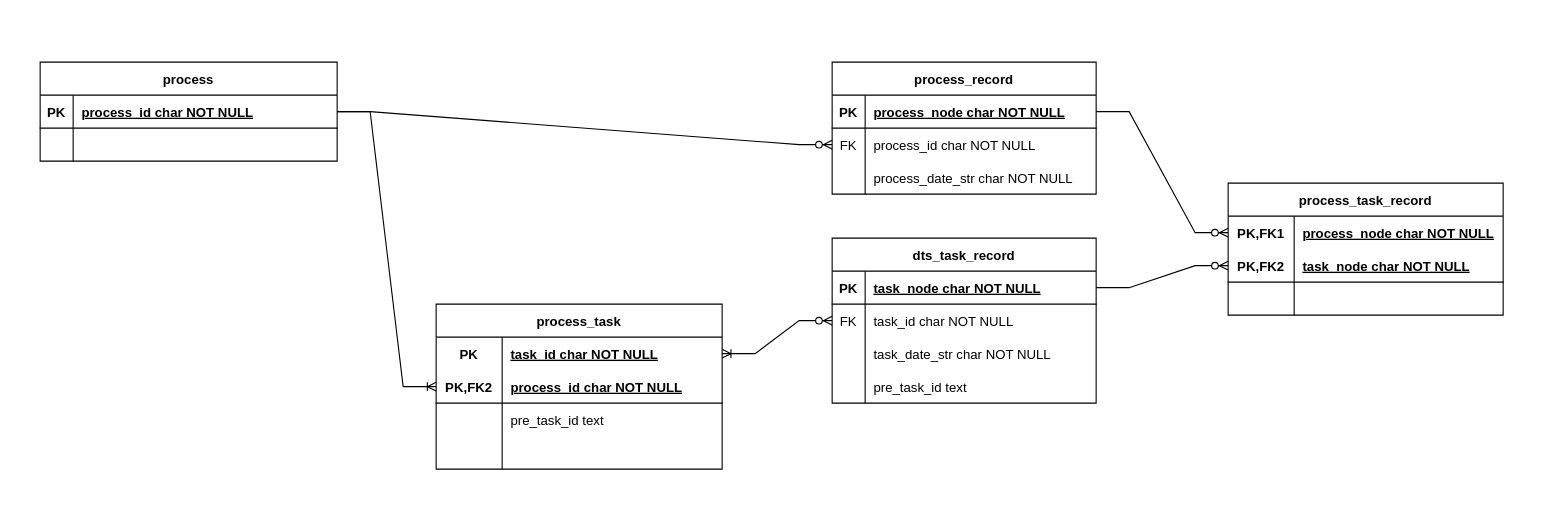
This is draw-io/dts table關聯圖.drawio from shannonCg/diagram, a draw.io file, before an edit. Source tidied: cells renumbered, new cells numbered last; positions are measured from the earlier drawing's top-left corner, leaving out a move shared by most shapes. Both pictures are drawn from the tidied source at 110%, with x=0, y=0 at pixel (40, 62).
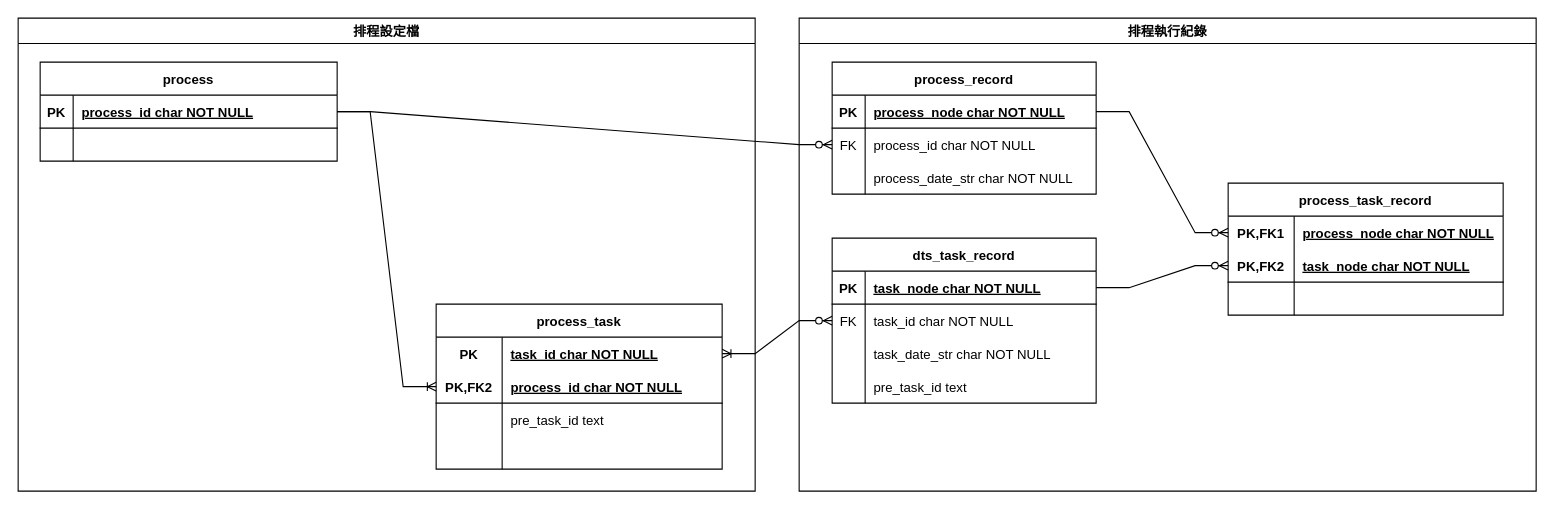
The same page after the edit.

Commit message (it also covers changes not shown here):
更新dts table關聯圖.drawio

Diff of the diagram source:
```diff
@@
+    <mxCell id="60" value="排程設定檔" style="swimlane;" parent="1" vertex="1">
+      <mxGeometry x="-20" y="-40" width="670" height="430" as="geometry" />
+    </mxCell>
+    <mxCell id="61" value="排程執行紀錄" style="swimlane;" parent="1" vertex="1">
+      <mxGeometry x="690" y="-40" width="670" height="430" as="geometry" />
+    </mxCell>
```
